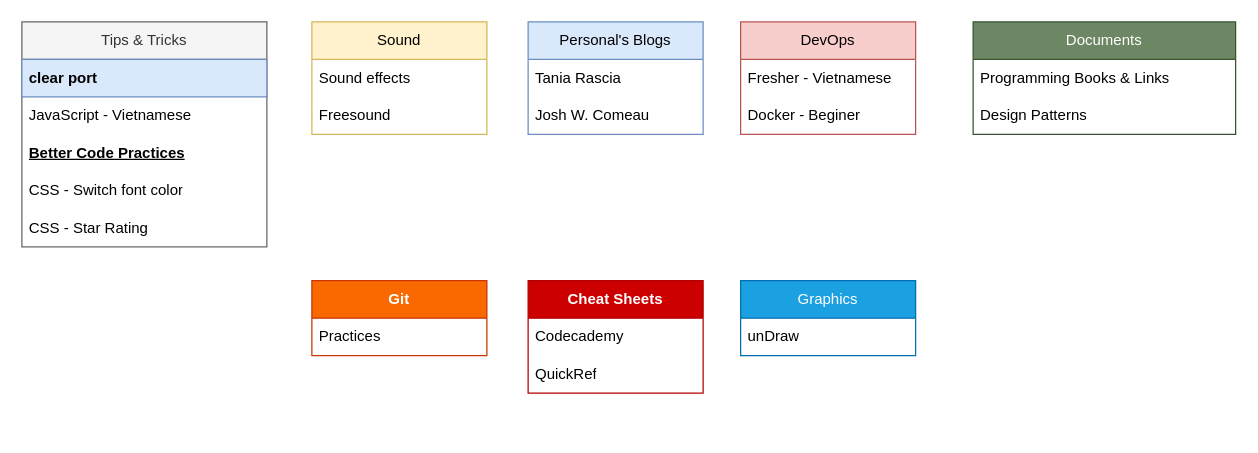
This is page "Resources" (4 of 5) of Link_Bookmarks.drawio from sunflynf/diagram-only, a draw.io file, before an edit. Source tidied: cells renumbered, new cells numbered last; positions are measured from the earlier drawing's top-left corner, leaving out a move shared by most shapes. Both pictures are drawn from the tidied source at 125%, with x=0, y=0 at pixel (21, 21).
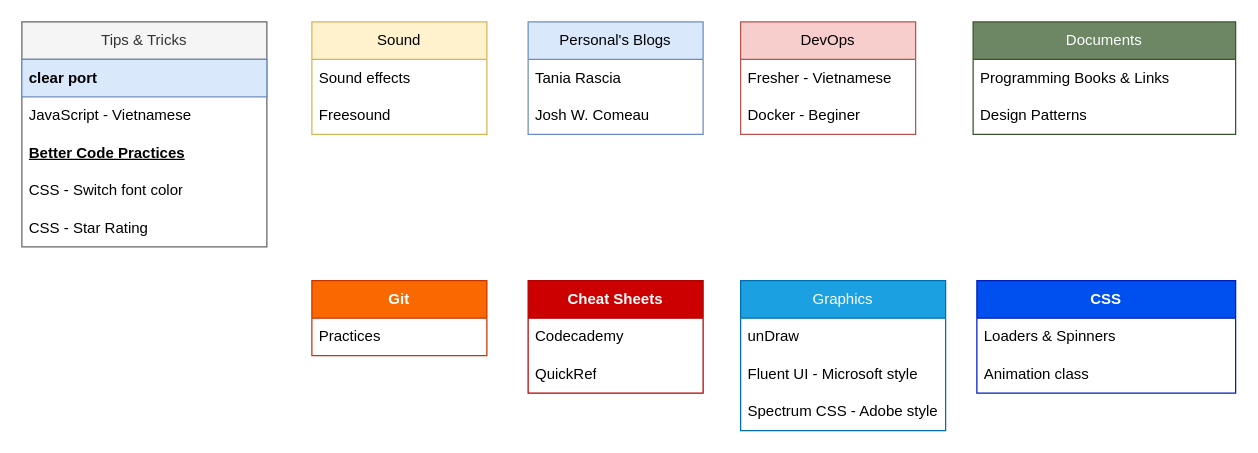
Above is the later version.

The edit, as a diff of the source:
```diff
@@
     <mxCell id="25" value="Graphics" style="swimlane;fontStyle=0;horizontal=1;startSize=30;whiteSpace=wrap;html=1;fillColor=#1ba1e2;strokeColor=#006EAF;fontColor=#ffffff;" parent="1" vertex="1">
-      <mxGeometry x="575" y="207" width="140" height="60" as="geometry" />
+      <mxGeometry x="575" y="207" width="164" height="120" as="geometry" />
     </mxCell>
     <mxCell id="26" value="unDraw" style="text;strokeColor=none;fillColor=none;align=left;verticalAlign=middle;spacingLeft=4;spacingRight=4;overflow=hidden;whiteSpace=wrap;html=1;" parent="25" vertex="1">
-      <mxGeometry y="30" width="140" height="30" as="geometry" />
+      <mxGeometry y="30" width="164" height="30" as="geometry" />
     </mxCell>
+    <mxCell id="27" value="Fluent UI - Microsoft style" style="text;strokeColor=none;fillColor=none;align=left;verticalAlign=middle;spacingLeft=4;spacingRight=4;overflow=hidden;whiteSpace=wrap;html=1;" parent="25" vertex="1">
+      <mxGeometry y="60" width="164" height="30" as="geometry" />
+    </mxCell>
+    <mxCell id="28" value="Spectrum CSS - Adobe style" style="text;strokeColor=none;fillColor=none;align=left;verticalAlign=middle;spacingLeft=4;spacingRight=4;overflow=hidden;whiteSpace=wrap;html=1;" parent="25" vertex="1">
+      <mxGeometry y="90" width="164" height="30" as="geometry" />
+    </mxCell>
+    <mxCell id="29" value="CSS" style="swimlane;fontStyle=1;horizontal=1;startSize=30;whiteSpace=wrap;html=1;fillColor=#0050ef;fontColor=#ffffff;strokeColor=#001DBC;" parent="1" vertex="1">
+      <mxGeometry x="764" y="207" width="207" height="90" as="geometry" />
+    </mxCell>
+    <mxCell id="30" value="Loaders &amp;amp; Spinners" style="text;strokeColor=none;fillColor=none;align=left;verticalAlign=middle;spacingLeft=4;spacingRight=4;overflow=hidden;whiteSpace=wrap;html=1;" parent="29" vertex="1">
+      <mxGeometry y="30" width="207" height="30" as="geometry" />
+    </mxCell>
+    <mxCell id="31" value="Animation class" style="text;strokeColor=none;fillColor=none;align=left;verticalAlign=middle;spacingLeft=4;spacingRight=4;overflow=hidden;whiteSpace=wrap;html=1;" parent="29" vertex="1">
+      <mxGeometry y="60" width="207" height="30" as="geometry" />
+    </mxCell>
```
